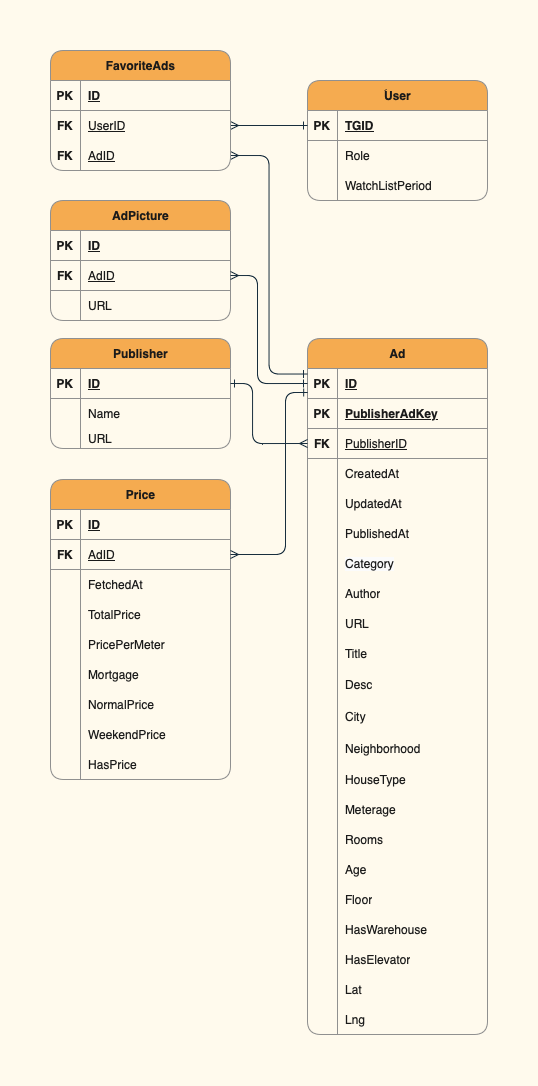
Above: documents/database/Project-ERD.drawio.png in QBC8-Team7/MagicCrawler (draw.io), before the change. Source tidied: cells renumbered, new cells last; positions are measured from the earlier drawing's top-left corner, leaving out a move shared by most shapes.
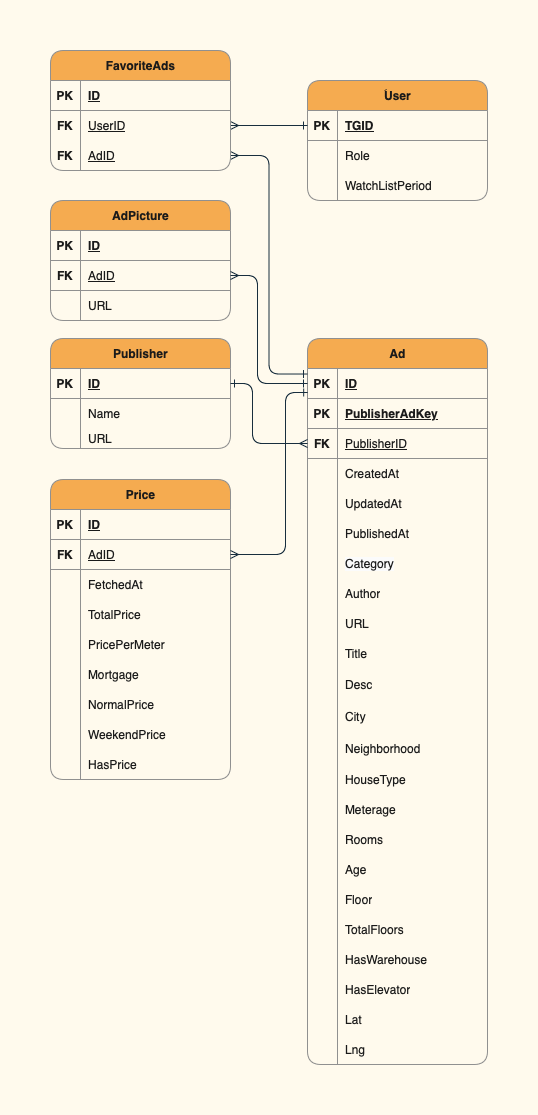
Later version of the same file.

Change to the diagram source:
```diff
@@ -3,7 +3,7 @@
     <mxCell id="0" />
     <mxCell id="1" parent="0" />
     <mxCell id="2" value="Ad" style="shape=table;startSize=30;rowLines=0;fontStyle=1;align=center;html=1;rounded=1;labelBackgroundColor=none;fillColor=#F5AB50;strokeColor=#909090;fontColor=#1A1A1A;" parent="1" vertex="1">
-      <mxGeometry x="257" y="288" width="180" height="696" as="geometry" />
+      <mxGeometry x="257" y="288" width="180" height="726" as="geometry" />
     </mxCell>
     <mxCell id="3" style="shape=tableRow;horizontal=0;startSize=0;swimlaneHead=0;swimlaneBody=0;fillColor=none;points=[[0,0.5],[1,0.5]];portConstraint=eastwest;top=0;left=0;right=0;bottom=1;rounded=1;labelBackgroundColor=none;strokeColor=#909090;fontColor=#1A1A1A;" parent="2" vertex="1">
       <mxGeometry y="30" width="180" height="30" as="geometry" />
@@ -167,8 +167,17 @@
     <mxCell id="56" value="Floor" style="shape=partialRectangle;fillColor=none;top=0;left=0;bottom=0;right=0;align=left;spacingLeft=6;overflow=hidden;whiteSpace=wrap;html=1;rounded=1;labelBackgroundColor=none;strokeColor=#909090;fontColor=#1A1A1A;" parent="54" vertex="1">
       <mxGeometry x="30" width="150" height="30" as="geometry" />
     </mxCell>
+    <mxCell id="142" style="shape=tableRow;horizontal=0;startSize=0;swimlaneHead=0;swimlaneBody=0;fillColor=none;top=0;left=0;right=0;bottom=0;rounded=1;labelBackgroundColor=none;strokeColor=#909090;fontColor=#1A1A1A;" parent="2" vertex="1">
+      <mxGeometry y="576" width="180" height="30" as="geometry" />
+    </mxCell>
+    <mxCell id="143" style="shape=partialRectangle;fillColor=none;top=0;left=0;bottom=0;right=0;overflow=hidden;whiteSpace=wrap;html=1;rounded=1;labelBackgroundColor=none;strokeColor=#909090;fontColor=#1A1A1A;" parent="142" vertex="1">
+      <mxGeometry width="30" height="30" as="geometry" />
+    </mxCell>
+    <mxCell id="144" value="TotalFloors" style="shape=partialRectangle;fillColor=none;top=0;left=0;bottom=0;right=0;align=left;spacingLeft=6;overflow=hidden;whiteSpace=wrap;html=1;rounded=1;labelBackgroundColor=none;strokeColor=#909090;fontColor=#1A1A1A;" parent="142" vertex="1">
+      <mxGeometry x="30" width="150" height="30" as="geometry" />
+    </mxCell>
     <mxCell id="57" style="shape=tableRow;horizontal=0;startSize=0;swimlaneHead=0;swimlaneBody=0;fillColor=none;top=0;left=0;right=0;bottom=0;rounded=1;labelBackgroundColor=none;strokeColor=#909090;fontColor=#1A1A1A;" parent="2" vertex="1">
-      <mxGeometry y="576" width="180" height="30" as="geometry" />
+      <mxGeometry y="606" width="180" height="30" as="geometry" />
     </mxCell>
     <mxCell id="58" style="shape=partialRectangle;fillColor=none;top=0;left=0;bottom=0;right=0;overflow=hidden;whiteSpace=wrap;html=1;rounded=1;labelBackgroundColor=none;strokeColor=#909090;fontColor=#1A1A1A;" parent="57" vertex="1">
       <mxGeometry width="30" height="30" as="geometry" />
@@ -177,7 +186,7 @@
       <mxGeometry x="30" width="150" height="30" as="geometry" />
     </mxCell>
     <mxCell id="60" style="shape=tableRow;horizontal=0;startSize=0;swimlaneHead=0;swimlaneBody=0;fillColor=none;top=0;left=0;right=0;bottom=0;rounded=1;labelBackgroundColor=none;strokeColor=#909090;fontColor=#1A1A1A;" parent="2" vertex="1">
-      <mxGeometry y="606" width="180" height="30" as="geometry" />
+      <mxGeometry y="636" width="180" height="30" as="geometry" />
     </mxCell>
     <mxCell id="61" style="shape=partialRectangle;fillColor=none;top=0;left=0;bottom=0;right=0;overflow=hidden;whiteSpace=wrap;html=1;rounded=1;labelBackgroundColor=none;strokeColor=#909090;fontColor=#1A1A1A;" parent="60" vertex="1">
       <mxGeometry width="30" height="30" as="geometry" />
@@ -186,7 +195,7 @@
       <mxGeometry x="30" width="150" height="30" as="geometry" />
     </mxCell>
     <mxCell id="63" style="shape=tableRow;horizontal=0;startSize=0;swimlaneHead=0;swimlaneBody=0;fillColor=none;top=0;left=0;right=0;bottom=0;rounded=1;labelBackgroundColor=none;strokeColor=#909090;fontColor=#1A1A1A;" parent="2" vertex="1">
-      <mxGeometry y="636" width="180" height="30" as="geometry" />
+      <mxGeometry y="666" width="180" height="30" as="geometry" />
     </mxCell>
     <mxCell id="64" style="shape=partialRectangle;fillColor=none;top=0;left=0;bottom=0;right=0;overflow=hidden;whiteSpace=wrap;html=1;rounded=1;labelBackgroundColor=none;strokeColor=#909090;fontColor=#1A1A1A;" parent="63" vertex="1">
       <mxGeometry width="30" height="30" as="geometry" />
@@ -195,7 +204,7 @@
       <mxGeometry x="30" width="150" height="30" as="geometry" />
     </mxCell>
     <mxCell id="66" style="shape=tableRow;horizontal=0;startSize=0;swimlaneHead=0;swimlaneBody=0;fillColor=none;top=0;left=0;right=0;bottom=0;rounded=1;labelBackgroundColor=none;strokeColor=#909090;fontColor=#1A1A1A;" parent="2" vertex="1">
-      <mxGeometry y="666" width="180" height="30" as="geometry" />
+      <mxGeometry y="696" width="180" height="30" as="geometry" />
     </mxCell>
     <mxCell id="67" style="shape=partialRectangle;fillColor=none;top=0;left=0;bottom=0;right=0;overflow=hidden;whiteSpace=wrap;html=1;rounded=1;labelBackgroundColor=none;strokeColor=#909090;fontColor=#1A1A1A;" parent="66" vertex="1">
       <mxGeometry width="30" height="30" as="geometry" />
```
